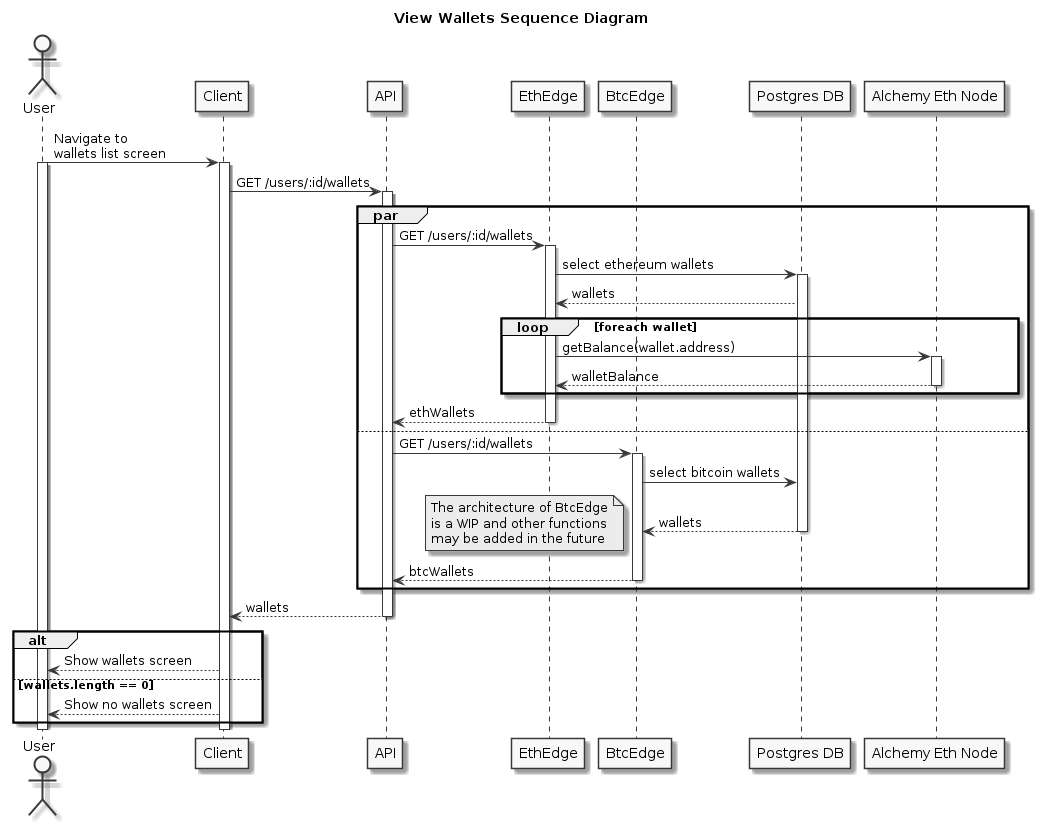
Above: packages/docs/diagrams/generated/sequence_view_wallets.png in SOEN-490-Capstone/Cryptify (PlantUML), before the change.
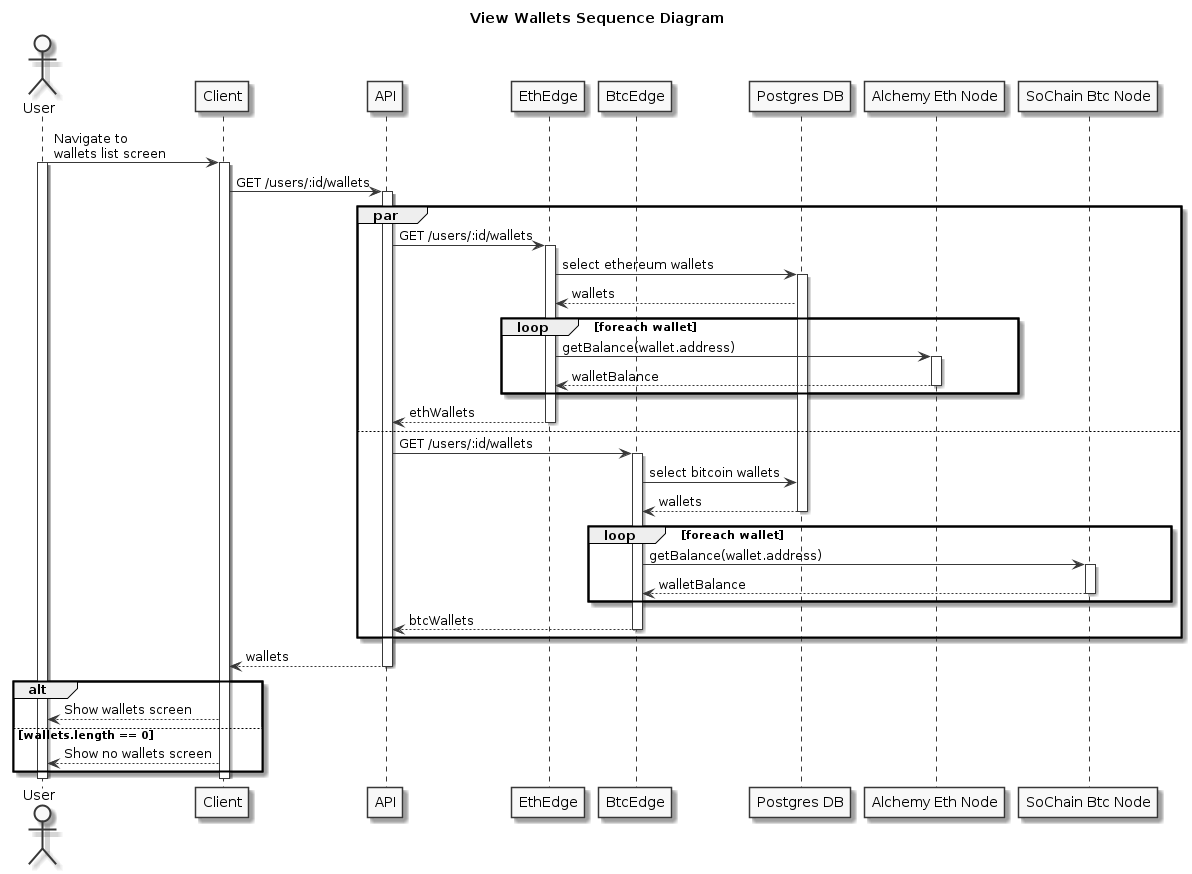
Above is the later version.

Commit message:
Update the view wallet diagram

Change to the diagram source:
```diff
@@ -10,6 +10,7 @@
 participant BtcEdge
 participant "Postgres DB"
 participant "Alchemy Eth Node"
+participant "SoChain Btc Node"
 
 User -> Client: Navigate to\nwallets list screen
 activate User
@@ -39,7 +40,13 @@
     BtcEdge -> "Postgres DB": select bitcoin wallets
     "Postgres DB" --> BtcEdge: wallets
     deactivate "Postgres DB"
-    note left: The architecture of BtcEdge\nis a WIP and other functions\nmay be added in the future
+
+    loop foreach wallet
+        BtcEdge -> "SoChain Btc Node": getBalance(wallet.address)
+        activate "SoChain Btc Node"
+        "SoChain Btc Node" --> BtcEdge: walletBalance
+        deactivate "SoChain Btc Node"
+    end
 
     BtcEdge --> API: btcWallets
     deactivate BtcEdge
```
